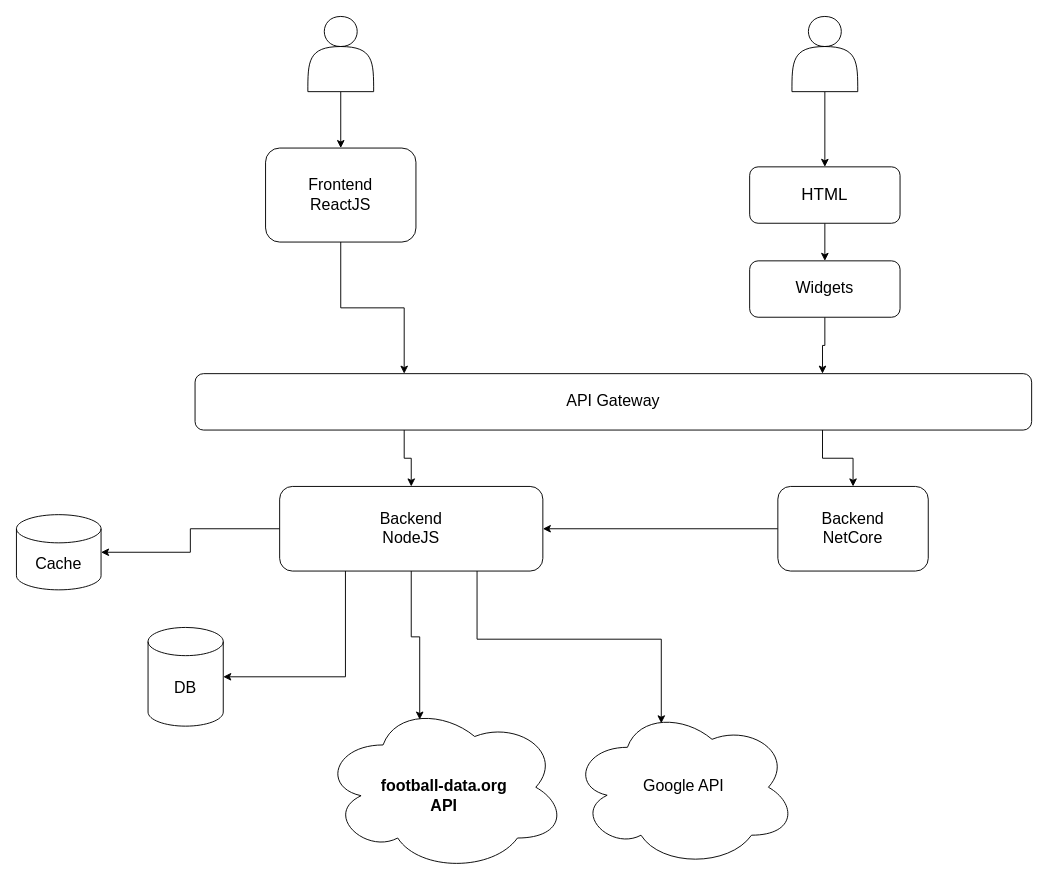
MadoeryR/fball keeps this draw.io diagram as Diagram.drawio. Above is the earlier version. Source tidied: cells renumbered, new cells numbered last; positions are measured from the earlier drawing's top-left corner, leaving out a move shared by most shapes. Both pictures are drawn from the tidied source at 94%, with x=0, y=0 at pixel (16, 16).
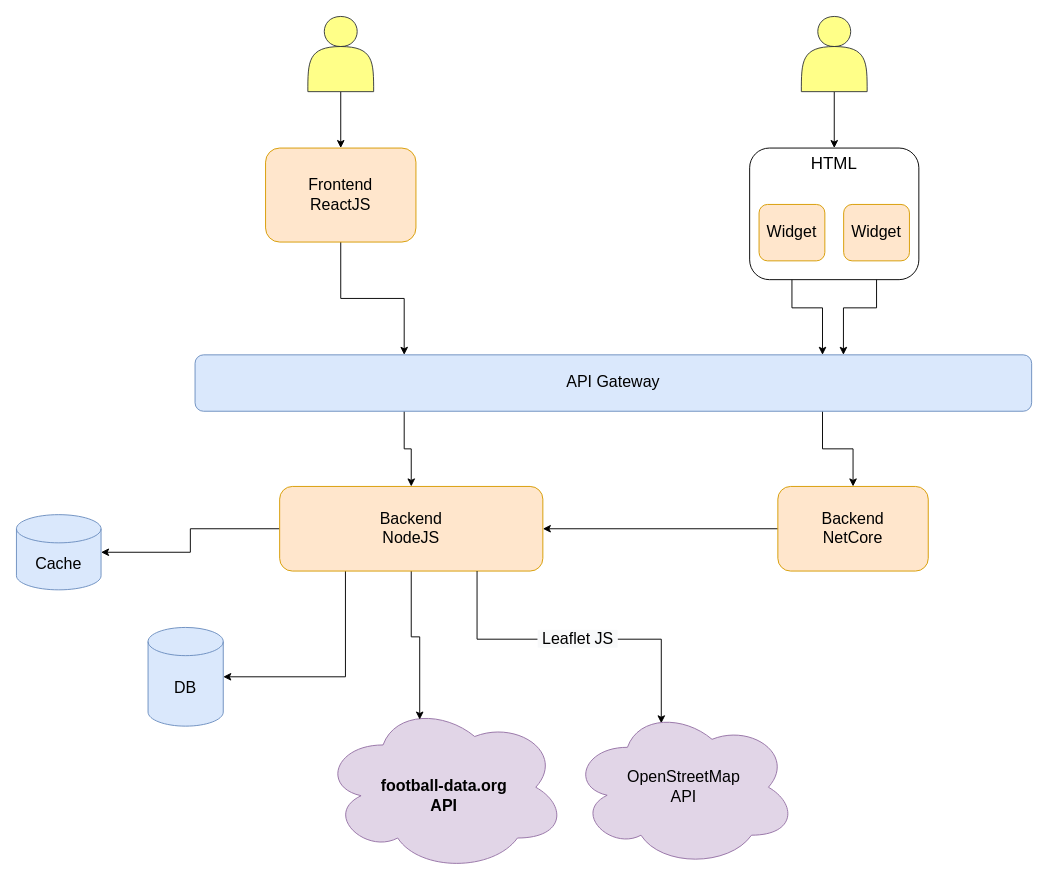
After the change.

The edit, as a diff of the source:
```diff
@@
-    <mxCell id="2" value="&lt;br style=&quot;font-size: 17px;&quot;&gt;football-data.org&lt;br&gt;API" style="ellipse;shape=cloud;whiteSpace=wrap;html=1;fontStyle=1;fontSize=17;" parent="1" vertex="1">
+    <mxCell id="2" value="&lt;br style=&quot;font-size: 17px;&quot;&gt;football-data.org&lt;br&gt;API" style="ellipse;shape=cloud;whiteSpace=wrap;html=1;fontStyle=1;fontSize=17;fillColor=#e1d5e7;strokeColor=#9673a6;" parent="1" vertex="1">
       <mxGeometry x="325" y="730" width="260" height="180" as="geometry" />
     </mxCell>
@@
-    <mxCell id="4" value="Frontend&lt;br&gt;ReactJS" style="rounded=1;whiteSpace=wrap;html=1;fontSize=17;" parent="1" vertex="1">
+    <mxCell id="4" value="Frontend&lt;br&gt;ReactJS" style="rounded=1;whiteSpace=wrap;html=1;fontSize=17;fillColor=#ffe6cc;strokeColor=#d79b00;" parent="1" vertex="1">
       <mxGeometry x="265" y="140" width="160" height="100" as="geometry" />
     </mxCell>
@@
-    <mxCell id="6" style="shape=actor;whiteSpace=wrap;html=1;fontSize=17;" parent="1" vertex="1">
+    <mxCell id="6" style="shape=actor;whiteSpace=wrap;html=1;fontSize=17;fillColor=#ffff88;strokeColor=#36393d;" parent="1" vertex="1">
       <mxGeometry x="310" width="70" height="80" as="geometry" />
     </mxCell>
@@
-    <mxCell id="10" value="Backend&lt;br&gt;NodeJS" style="rounded=1;whiteSpace=wrap;html=1;fontSize=17;" parent="1" vertex="1">
+    <mxCell id="10" value="Backend&lt;br&gt;NodeJS" style="rounded=1;whiteSpace=wrap;html=1;fontSize=17;fillColor=#ffe6cc;strokeColor=#d79b00;" parent="1" vertex="1">
       <mxGeometry x="280" y="500" width="280" height="90" as="geometry" />
     </mxCell>
-    <mxCell id="11" value="Cache" style="shape=cylinder3;whiteSpace=wrap;html=1;boundedLbl=1;backgroundOutline=1;size=15;fontSize=17;" parent="1" vertex="1">
+    <mxCell id="11" value="Cache" style="shape=cylinder3;whiteSpace=wrap;html=1;boundedLbl=1;backgroundOutline=1;size=15;fontSize=17;fillColor=#dae8fc;strokeColor=#6c8ebf;" parent="1" vertex="1">
       <mxGeometry y="530" width="90" height="80" as="geometry" />
     </mxCell>
-    <mxCell id="12" style="edgeStyle=orthogonalEdgeStyle;rounded=0;jettySize=auto;html=1;exitX=0.75;exitY=1;exitDx=0;exitDy=0;entryX=0.4;entryY=0.1;entryDx=0;entryDy=0;entryPerimeter=0;fontSize=17;" parent="1" edge="1" source="10" target="15">
+    <mxCell id="12" value="&lt;span style=&quot;background-color: rgb(248, 249, 250);&quot;&gt;&amp;nbsp;Leaflet JS&amp;nbsp;&lt;/span&gt;" style="edgeStyle=orthogonalEdgeStyle;rounded=0;jettySize=auto;html=1;exitX=0.75;exitY=1;exitDx=0;exitDy=0;entryX=0.4;entryY=0.1;entryDx=0;entryDy=0;entryPerimeter=0;fontSize=17;" parent="1" edge="1" source="10" target="15">
       <mxGeometry relative="1" as="geometry" />
     </mxCell>
@@
-    <mxCell id="14" value="Backend&lt;br&gt;NetCore" style="rounded=1;whiteSpace=wrap;html=1;fontSize=17;" parent="1" vertex="1">
+    <mxCell id="14" value="Backend&lt;br&gt;NetCore" style="rounded=1;whiteSpace=wrap;html=1;fontSize=17;fillColor=#ffe6cc;strokeColor=#d79b00;" parent="1" vertex="1">
       <mxGeometry x="810" y="500" width="160" height="90" as="geometry" />
     </mxCell>
-    <mxCell id="15" value="Google API" style="ellipse;shape=cloud;whiteSpace=wrap;html=1;fontSize=17;" parent="1" vertex="1">
+    <mxCell id="15" value="OpenStreetMap &lt;br&gt;API" style="ellipse;shape=cloud;whiteSpace=wrap;html=1;fontSize=17;fillColor=#e1d5e7;strokeColor=#9673a6;" parent="1" vertex="1">
       <mxGeometry x="590" y="735" width="240" height="170" as="geometry" />
     </mxCell>
-    <mxCell id="16" value="DB" style="shape=cylinder3;whiteSpace=wrap;html=1;boundedLbl=1;backgroundOutline=1;size=15;fontSize=17;" parent="1" vertex="1">
+    <mxCell id="16" value="DB" style="shape=cylinder3;whiteSpace=wrap;html=1;boundedLbl=1;backgroundOutline=1;size=15;fontSize=17;fillColor=#dae8fc;strokeColor=#6c8ebf;" parent="1" vertex="1">
       <mxGeometry x="140" y="650" width="80" height="105" as="geometry" />
     </mxCell>
@@
-    <mxCell id="18" style="shape=actor;whiteSpace=wrap;html=1;fontSize=17;" parent="1" vertex="1">
-      <mxGeometry x="825" width="70" height="80" as="geometry" />
+    <mxCell id="18" style="shape=actor;whiteSpace=wrap;html=1;fontSize=17;fillColor=#ffff88;strokeColor=#36393d;" parent="1" vertex="1">
+      <mxGeometry x="835" width="70" height="80" as="geometry" />
     </mxCell>
@@
-    <mxCell id="21" value="API Gateway" style="rounded=1;whiteSpace=wrap;html=1;fontSize=17;" parent="1" vertex="1">
-      <mxGeometry x="190" y="380" width="890" height="60" as="geometry" />
+    <mxCell id="21" value="API Gateway" style="rounded=1;whiteSpace=wrap;html=1;fontSize=17;fillColor=#dae8fc;strokeColor=#6c8ebf;" parent="1" vertex="1">
+      <mxGeometry x="190" y="360" width="890" height="60" as="geometry" />
     </mxCell>
@@
+    <mxCell id="26" style="edgeStyle=orthogonalEdgeStyle;rounded=0;jettySize=auto;html=1;entryX=0.775;entryY=0;entryDx=0;entryDy=0;fontSize=17;exitX=0.5;exitY=1;exitDx=0;exitDy=0;entryPerimeter=0;" parent="1" edge="1" source="28" target="21">
+      <mxGeometry relative="1" as="geometry" />
+    </mxCell>
+    <mxCell id="27" style="group;" parent="1" vertex="1">
+      <mxGeometry x="780" y="140" width="180" height="140" as="geometry" />
+    </mxCell>
+    <mxCell id="25" value="HTML" style="rounded=1;whiteSpace=wrap;html=1;fontSize=18;verticalAlign=top;" parent="27" vertex="1">
+      <mxGeometry width="180" height="140" as="geometry" />
+    </mxCell>
-    <mxCell id="23" value="Widgets" style="rounded=1;whiteSpace=wrap;html=1;fontSize=17;" parent="1" vertex="1">
-      <mxGeometry x="780" y="260" width="160" height="60" as="geometry" />
+    <mxCell id="23" value="Widget" style="rounded=1;whiteSpace=wrap;html=1;fontSize=17;fillColor=#ffe6cc;strokeColor=#d79b00;" parent="27" vertex="1">
+      <mxGeometry x="10" y="60" width="70" height="60" as="geometry" />
     </mxCell>
-    <mxCell id="24" style="edgeStyle=orthogonalEdgeStyle;rounded=0;jettySize=auto;html=1;entryX=0.5;entryY=0;entryDx=0;entryDy=0;fontSize=18;" parent="1" edge="1" source="25" target="23">
-      <mxGeometry relative="1" as="geometry" />
-    </mxCell>
-    <mxCell id="25" value="HTML" style="rounded=1;whiteSpace=wrap;html=1;fontSize=18;" parent="1" vertex="1">
-      <mxGeometry x="780" y="160" width="160" height="60" as="geometry" />
-    </mxCell>
+    <mxCell id="28" value="Widget" style="rounded=1;whiteSpace=wrap;html=1;fontSize=17;fillColor=#ffe6cc;strokeColor=#d79b00;" parent="27" vertex="1">
+      <mxGeometry x="100" y="60" width="70" height="60" as="geometry" />
+    </mxCell>
```
